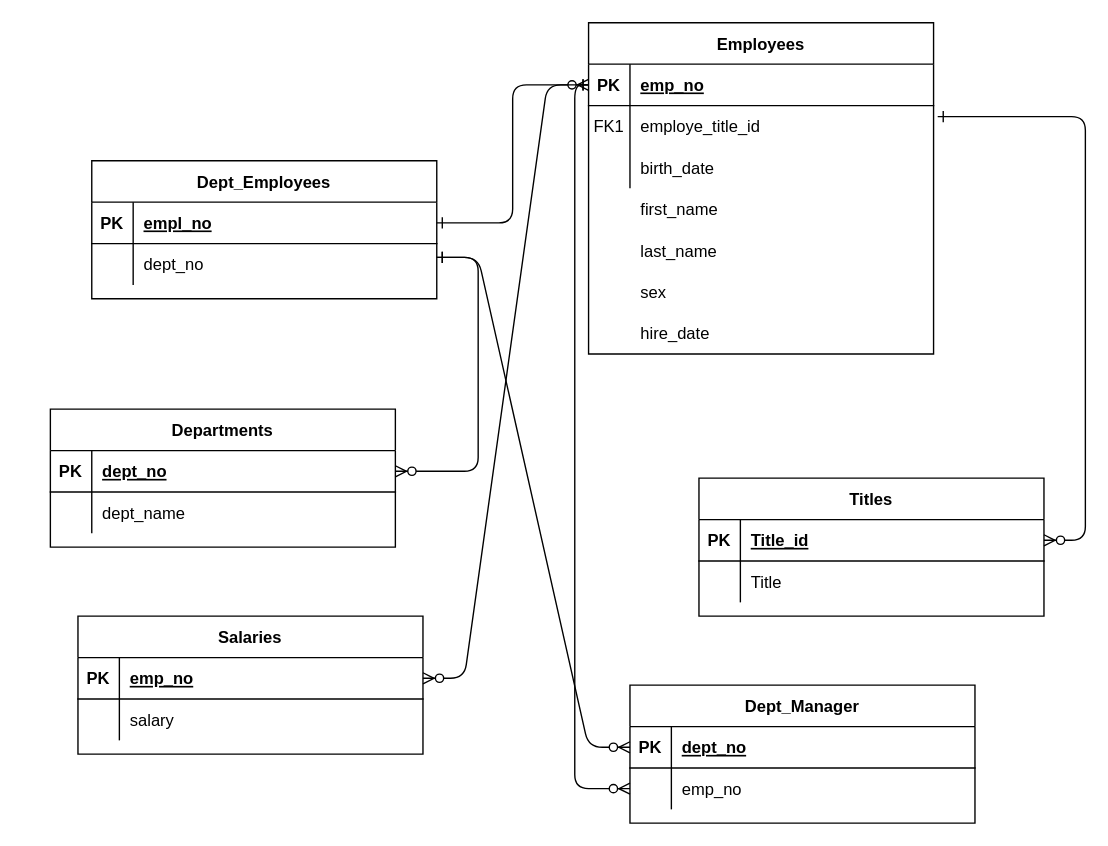
Earlier version of the draw.io diagram sql-challenge.drawio (loriandler/sql-challenge). Source tidied: cells renumbered, new cells numbered last; positions are measured from the earlier drawing's top-left corner, leaving out a move shared by most shapes. Both pictures are drawn from the tidied source at 138%, with x=0, y=0 at pixel (50, 22).
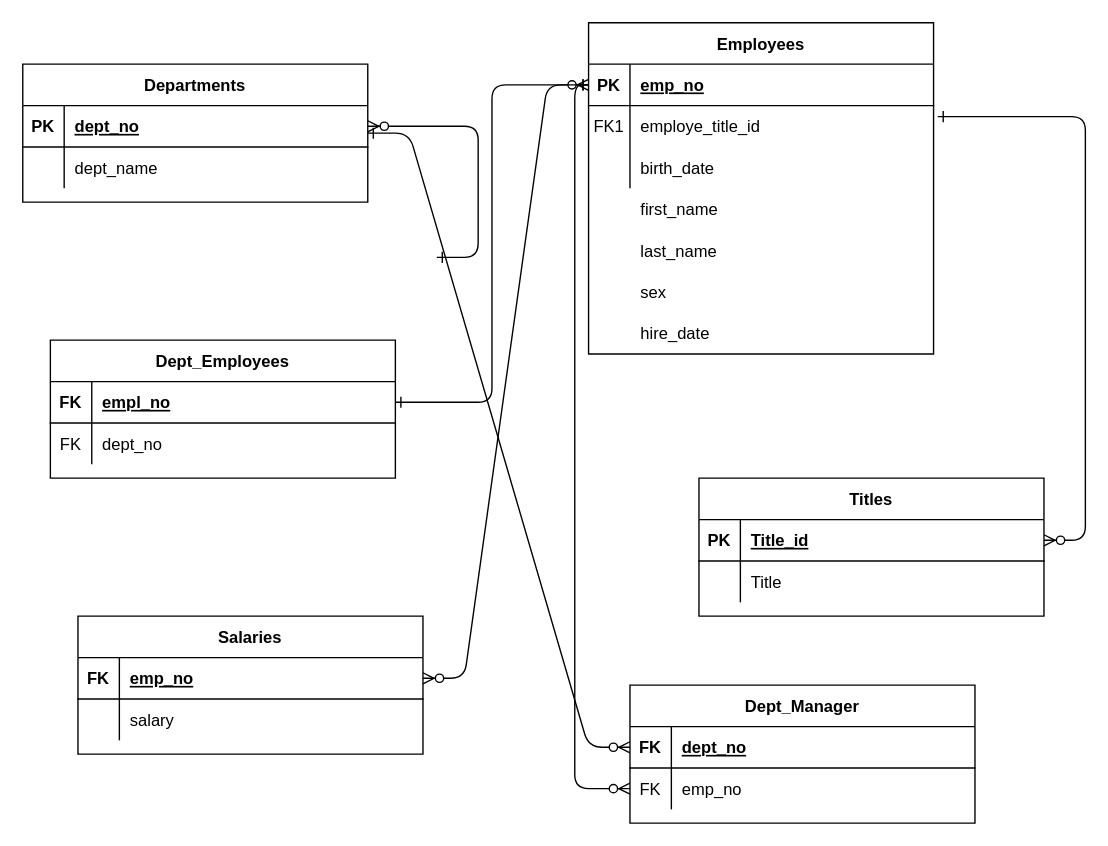
After the change.

Unchanged cells that the change refers to:
```xml
<mxCell id="22" style="shape=partialRectangle;fillColor=none;points=[[0,0.5],[1,0.5]];portConstraint=eastwest;top=0;left=0;right=0;bottom=1;" parent="21" vertex="1">
  <mxGeometry y="30" width="250" height="30" as="geometry" />
</mxCell>
<mxCell id="25" style="shape=partialRectangle;fillColor=none;top=0;left=0;right=0;bottom=0;" parent="21" vertex="1">
  <mxGeometry y="60" width="250" height="30" as="geometry" />
</mxCell>
<mxCell id="38" style="shape=partialRectangle;fillColor=none;points=[[0,0.5],[1,0.5]];portConstraint=eastwest;top=0;left=0;right=0;bottom=1;" parent="37" vertex="1">
  <mxGeometry y="30" width="250" height="30" as="geometry" />
</mxCell>
<mxCell id="49" style="shape=partialRectangle;fillColor=none;points=[[0,0.5],[1,0.5]];portConstraint=eastwest;top=0;left=0;right=0;bottom=1;" parent="48" vertex="1">
  <mxGeometry y="30" width="250" height="30" as="geometry" />
</mxCell>
<mxCell id="52" style="shape=partialRectangle;fillColor=none;points=[[0,0.5],[1,0.5]];portConstraint=eastwest;top=0;left=0;right=0;bottom=0;" parent="48" vertex="1">
  <mxGeometry y="60" width="250" height="30" as="geometry" />
</mxCell>
```

Change to the diagram source:
```diff
@@
     <mxCell id="21" value="Dept_Employees" style="shape=table;startSize=30;childLayout=tableLayout;rowLines=0;fontStyle=1;align=center;" parent="1" vertex="1">
-      <mxGeometry x="30" y="100" width="250" height="100" as="geometry" />
+      <mxGeometry y="230" width="250" height="100" as="geometry" />
     </mxCell>
@@
-    <mxCell id="23" value="PK" style="shape=partialRectangle;overflow=hidden;fillColor=none;top=0;left=0;bottom=0;right=0;fontStyle=1;" parent="22" vertex="1">
+    <mxCell id="23" value="FK" style="shape=partialRectangle;overflow=hidden;fillColor=none;top=0;left=0;bottom=0;right=0;fontStyle=1;" parent="22" vertex="1">
       <mxGeometry width="30" height="30" as="geometry" />
     </mxCell>
@@
-    <mxCell id="26" style="shape=partialRectangle;overflow=hidden;fillColor=none;top=0;left=0;bottom=0;right=0;" parent="25" vertex="1">
+    <mxCell id="26" value="FK" style="shape=partialRectangle;overflow=hidden;fillColor=none;top=0;left=0;bottom=0;right=0;" parent="25" vertex="1">
       <mxGeometry width="30" height="30" as="geometry" />
     </mxCell>
@@
     <mxCell id="28" value="Departments" style="shape=table;startSize=30;childLayout=tableLayout;rowLines=0;fontStyle=1;align=center;" parent="1" vertex="1">
-      <mxGeometry y="280" width="250" height="100" as="geometry" />
+      <mxGeometry x="-20" y="30" width="250" height="100" as="geometry" />
     </mxCell>
@@
-    <mxCell id="39" value="PK" style="shape=partialRectangle;overflow=hidden;fillColor=none;top=0;left=0;bottom=0;right=0;fontStyle=1;" parent="38" vertex="1">
+    <mxCell id="39" value="FK" style="shape=partialRectangle;overflow=hidden;fillColor=none;top=0;left=0;bottom=0;right=0;fontStyle=1;" parent="38" vertex="1">
       <mxGeometry width="30" height="30" as="geometry" />
     </mxCell>
@@
-    <mxCell id="50" value="PK" style="shape=partialRectangle;overflow=hidden;fillColor=none;top=0;left=0;bottom=0;right=0;fontStyle=1;" parent="49" vertex="1">
+    <mxCell id="50" value="FK" style="shape=partialRectangle;overflow=hidden;fillColor=none;top=0;left=0;bottom=0;right=0;fontStyle=1;" parent="49" vertex="1">
       <mxGeometry width="30" height="30" as="geometry" />
     </mxCell>
@@
-    <mxCell id="53" style="shape=partialRectangle;overflow=hidden;fillColor=none;top=0;left=0;bottom=0;right=0;" parent="52" vertex="1">
+    <mxCell id="53" value="FK" style="shape=partialRectangle;overflow=hidden;fillColor=none;top=0;left=0;bottom=0;right=0;" parent="52" vertex="1">
       <mxGeometry width="30" height="30" as="geometry" />
     </mxCell>
@@
     <mxCell id="56" style="edgeStyle=entityRelationEdgeStyle;endArrow=ERzeroToMany;startArrow=ERone;endFill=1;startFill=0;entryX=0;entryY=0.5;entryDx=0;entryDy=0;" parent="1" edge="1" target="49">
       <mxGeometry relative="1" as="geometry">
-        <mxPoint x="280" y="170" as="sourcePoint" />
+        <mxPoint x="230" y="80" as="sourcePoint" />
         <Array as="points">
           <mxPoint x="280" y="205" />
         </Array>
       </mxGeometry>
     </mxCell>
```
